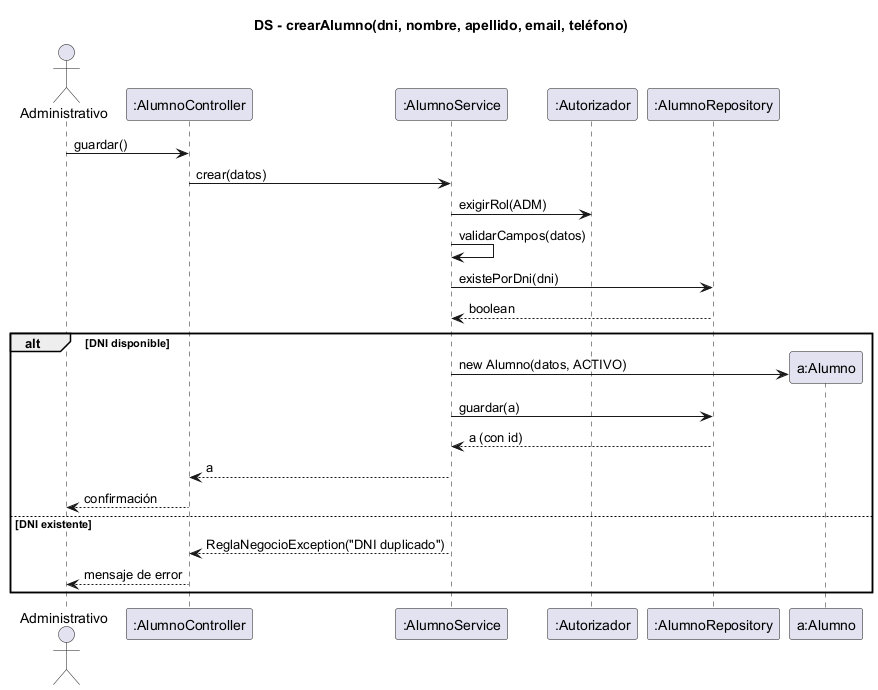
Earlier version of the PlantUML export document/diagramas/ds-crear-alumno.png (ISMAELALTHENOFER/BACKOFFICE-ACADEMICO-ITEC-N-1). Source of this version:
```plantuml
@startuml ds-crear-alumno
skinparam shadowing false
title DS - crearAlumno(dni, nombre, apellido, email, teléfono)
actor Administrativo
participant ":AlumnoController" as C
participant ":AlumnoService" as S
participant ":Autorizador" as AU
participant ":AlumnoRepository" as R

Administrativo -> C : guardar()
C -> S : crear(datos)
S -> AU : exigirRol(ADM)
S -> S : validarCampos(datos)
S -> R : existePorDni(dni)
R --> S : boolean
alt DNI disponible
  create participant "a:Alumno" as A
  S -> A : new Alumno(datos, ACTIVO)
  S -> R : guardar(a)
  R --> S : a (con id)
  S --> C : a
  C --> Administrativo : confirmación
else DNI existente
  S --> C : ReglaNegocioException("DNI duplicado")
  C --> Administrativo : mensaje de error
end
@enduml
```
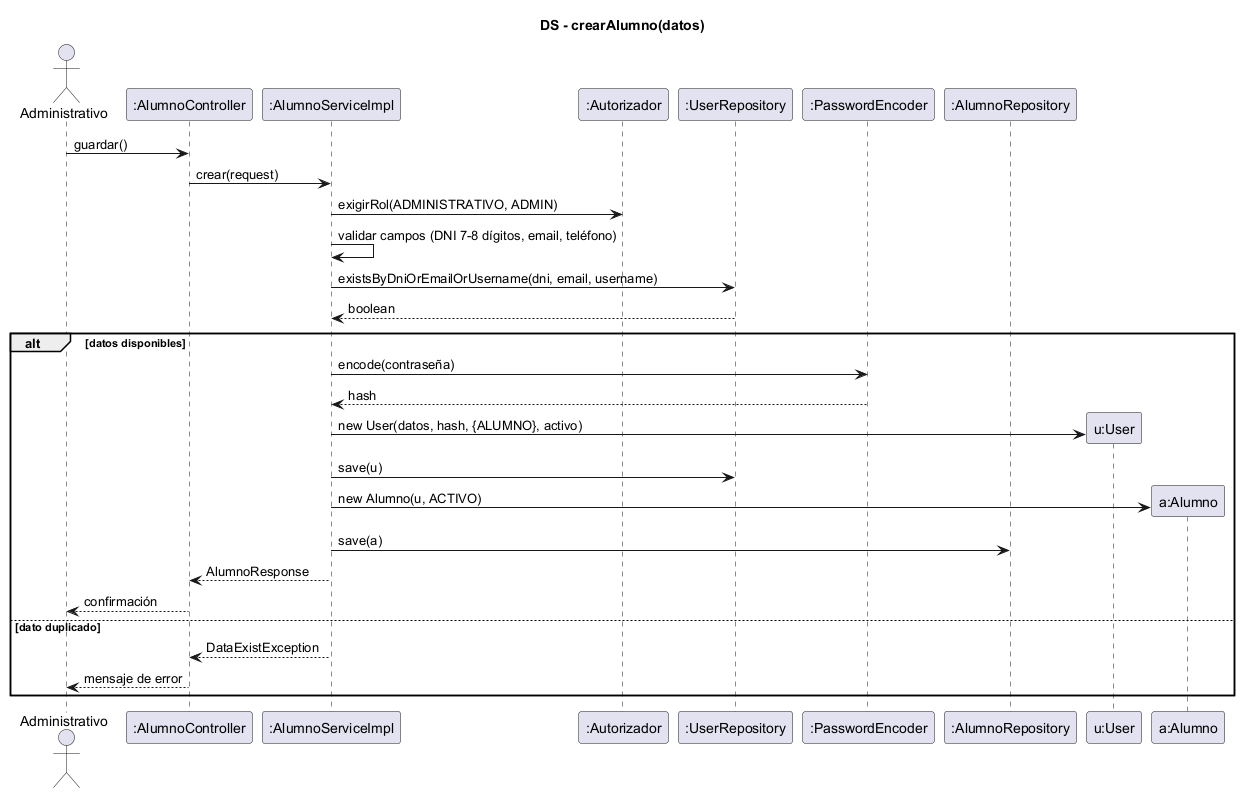
Above is the later version.

Diff of the diagram source:
```diff
@@ -1,27 +1,33 @@
 @startuml ds-crear-alumno
 skinparam shadowing false
-title DS - crearAlumno(dni, nombre, apellido, email, teléfono)
+title DS - crearAlumno(datos)
 actor Administrativo
 participant ":AlumnoController" as C
-participant ":AlumnoService" as S
+participant ":AlumnoServiceImpl" as S
 participant ":Autorizador" as AU
+participant ":UserRepository" as UR
+participant ":PasswordEncoder" as PE
 participant ":AlumnoRepository" as R
 
 Administrativo -> C : guardar()
-C -> S : crear(datos)
-S -> AU : exigirRol(ADM)
-S -> S : validarCampos(datos)
-S -> R : existePorDni(dni)
-R --> S : boolean
-alt DNI disponible
+C -> S : crear(request)
+S -> AU : exigirRol(ADMINISTRATIVO, ADMIN)
+S -> S : validar campos (DNI 7-8 dígitos, email, teléfono)
+S -> UR : existsByDniOrEmailOrUsername(dni, email, username)
+UR --> S : boolean
+alt datos disponibles
+  S -> PE : encode(contraseña)
+  PE --> S : hash
+  create participant "u:User" as U
+  S -> U : new User(datos, hash, {ALUMNO}, activo)
+  S -> UR : save(u)
   create participant "a:Alumno" as A
-  S -> A : new Alumno(datos, ACTIVO)
-  S -> R : guardar(a)
-  R --> S : a (con id)
-  S --> C : a
+  S -> A : new Alumno(u, ACTIVO)
+  S -> R : save(a)
+  S --> C : AlumnoResponse
   C --> Administrativo : confirmación
-else DNI existente
-  S --> C : ReglaNegocioException("DNI duplicado")
+else dato duplicado
+  S --> C : DataExistException
   C --> Administrativo : mensaje de error
 end
 @enduml
```
